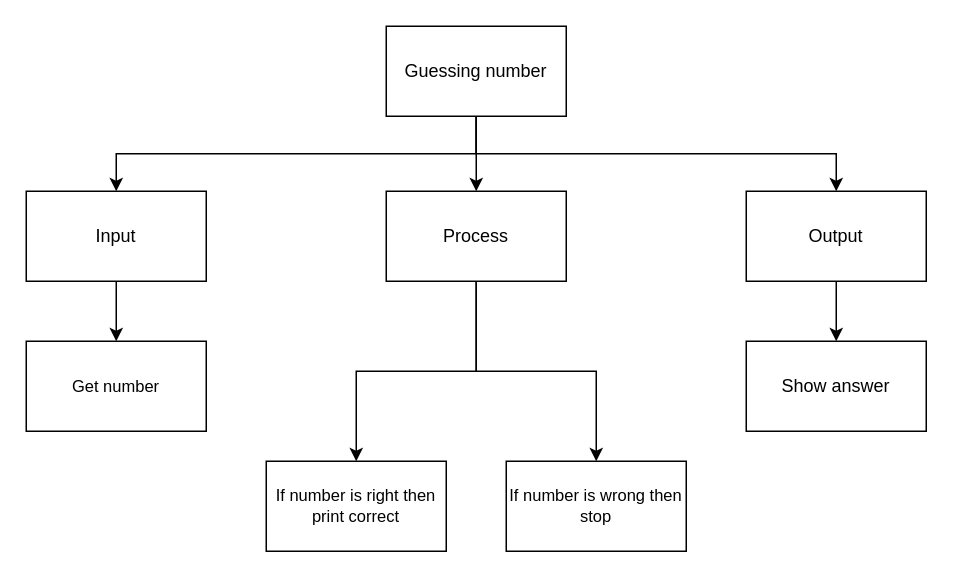
The draw.io diagram design.drawio in Aleksandr-Ten/ICS3U-Unit3-03-Python, before the edit. Source tidied: cells renumbered, new cells numbered last; positions are measured from the earlier drawing's top-left corner, leaving out a move shared by most shapes. Both pictures are drawn from the tidied source at 150%, with x=0, y=0 at pixel (26, 26).
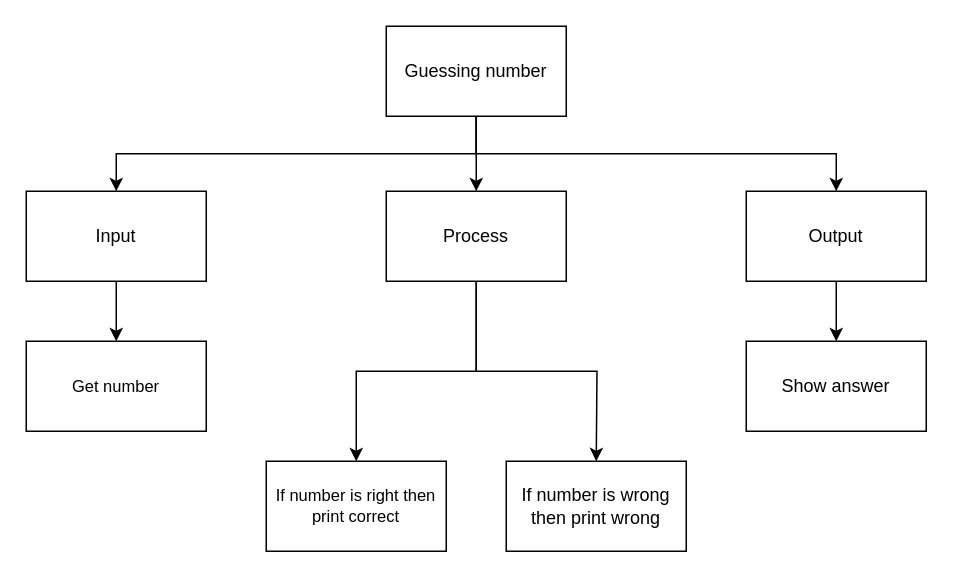
The same page after the edit.

Change to the diagram source:
```diff
@@
 <mxGraphModel>
   <root>
     <mxCell id="0" />
     <mxCell id="1" parent="0" />
     <mxCell id="2" style="edgeStyle=none;html=1;exitX=0.5;exitY=1;exitDx=0;exitDy=0;entryX=0.5;entryY=0;entryDx=0;entryDy=0;" parent="1" edge="1" source="5" target="8">
       <mxGeometry relative="1" as="geometry" />
     </mxCell>
     <mxCell id="3" style="edgeStyle=orthogonalEdgeStyle;html=1;exitX=0.5;exitY=1;exitDx=0;exitDy=0;entryX=0.5;entryY=0;entryDx=0;entryDy=0;rounded=0;" parent="1" edge="1" source="5" target="10">
       <mxGeometry relative="1" as="geometry" />
     </mxCell>
     <mxCell id="4" style="edgeStyle=orthogonalEdgeStyle;shape=connector;rounded=0;html=1;labelBackgroundColor=default;fontFamily=Helvetica;fontSize=11;fontColor=default;endArrow=classic;strokeColor=default;exitX=0.5;exitY=1;exitDx=0;exitDy=0;" parent="1" edge="1" source="5" target="12">
       <mxGeometry relative="1" as="geometry" />
     </mxCell>
     <mxCell id="5" value="Guessing number" style="rounded=0;whiteSpace=wrap;html=1;" parent="1" vertex="1">
       <mxGeometry x="240" width="120" height="60" as="geometry" />
     </mxCell>
     <mxCell id="6" style="edgeStyle=orthogonalEdgeStyle;shape=connector;rounded=0;html=1;labelBackgroundColor=default;fontFamily=Helvetica;fontSize=11;fontColor=default;endArrow=classic;strokeColor=default;" parent="1" edge="1" source="8" target="14">
       <mxGeometry relative="1" as="geometry" />
     </mxCell>
-    <mxCell id="7" style="edgeStyle=orthogonalEdgeStyle;shape=connector;rounded=0;html=1;exitX=0.5;exitY=1;exitDx=0;exitDy=0;labelBackgroundColor=default;fontFamily=Helvetica;fontSize=11;fontColor=default;endArrow=classic;strokeColor=default;" parent="1" edge="1" source="8" target="15">
-      <mxGeometry relative="1" as="geometry" />
+    <mxCell id="7" style="edgeStyle=orthogonalEdgeStyle;shape=connector;rounded=0;html=1;exitX=0.5;exitY=1;exitDx=0;exitDy=0;labelBackgroundColor=default;fontFamily=Helvetica;fontSize=11;fontColor=default;endArrow=classic;strokeColor=default;" parent="1" edge="1" source="8">
+      <mxGeometry relative="1" as="geometry">
+        <mxPoint x="380" y="290" as="targetPoint" />
+      </mxGeometry>
     </mxCell>
     <mxCell id="8" value="Process" style="rounded=0;whiteSpace=wrap;html=1;" parent="1" vertex="1">
       <mxGeometry x="240" y="110" width="120" height="60" as="geometry" />
     </mxCell>
     <mxCell id="9" style="edgeStyle=orthogonalEdgeStyle;shape=connector;rounded=0;html=1;exitX=0.5;exitY=1;exitDx=0;exitDy=0;labelBackgroundColor=default;fontFamily=Helvetica;fontSize=11;fontColor=default;endArrow=classic;strokeColor=default;" parent="1" edge="1" source="10" target="13">
       <mxGeometry relative="1" as="geometry" />
     </mxCell>
     <mxCell id="10" value="Input" style="rounded=0;whiteSpace=wrap;html=1;" parent="1" vertex="1">
       <mxGeometry y="110" width="120" height="60" as="geometry" />
     </mxCell>
     <mxCell id="11" style="edgeStyle=orthogonalEdgeStyle;html=1;exitX=0.5;exitY=1;exitDx=0;exitDy=0;rounded=0;" parent="1" edge="1" source="12" target="16">
       <mxGeometry relative="1" as="geometry" />
     </mxCell>
     <mxCell id="12" value="Output" style="rounded=0;whiteSpace=wrap;html=1;" parent="1" vertex="1">
       <mxGeometry x="480" y="110" width="120" height="60" as="geometry" />
     </mxCell>
     <mxCell id="13" value="Get number" style="rounded=0;whiteSpace=wrap;html=1;fontFamily=Helvetica;fontSize=11;fontColor=default;" parent="1" vertex="1">
       <mxGeometry y="210" width="120" height="60" as="geometry" />
     </mxCell>
     <mxCell id="14" value="If number is right then print correct" style="rounded=0;whiteSpace=wrap;html=1;fontFamily=Helvetica;fontSize=11;fontColor=default;" parent="1" vertex="1">
       <mxGeometry x="160" y="290" width="120" height="60" as="geometry" />
     </mxCell>
-    <mxCell id="15" value="If number is wrong then stop" style="rounded=0;whiteSpace=wrap;html=1;fontFamily=Helvetica;fontSize=11;fontColor=default;" parent="1" vertex="1">
-      <mxGeometry x="320" y="290" width="120" height="60" as="geometry" />
-    </mxCell>
     <mxCell id="16" value="Show answer" style="rounded=0;whiteSpace=wrap;html=1;" parent="1" vertex="1">
       <mxGeometry x="480" y="210" width="120" height="60" as="geometry" />
     </mxCell>
+    <mxCell id="17" value="If number is wrong then print wrong" style="rounded=0;whiteSpace=wrap;html=1;" parent="1" vertex="1">
+      <mxGeometry x="320" y="290" width="120" height="60" as="geometry" />
+    </mxCell>
   </root>
 </mxGraphModel>
```
